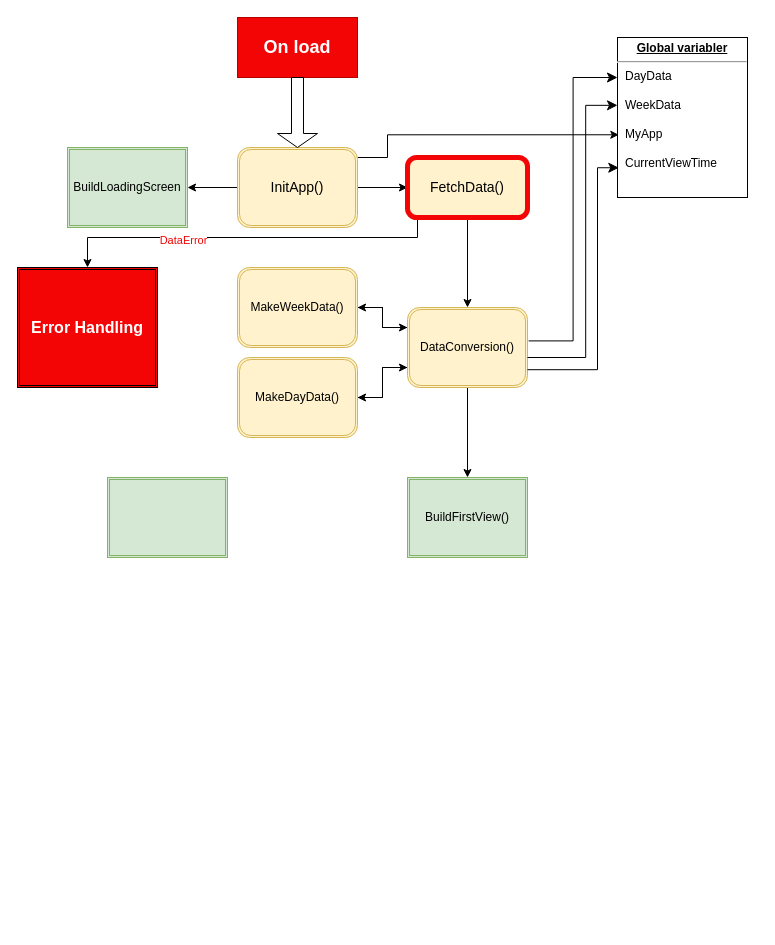
Before: Untitled Diagram.drawio in Marlenes-Dejlige-Organisation/PWA_elpriser, a draw.io diagram. Source tidied: cells renumbered, new cells numbered last; positions are measured from the earlier drawing's top-left corner, leaving out a move shared by most shapes. Both pictures are drawn from the tidied source at 100%, with x=0, y=0 at pixel (17, 17).
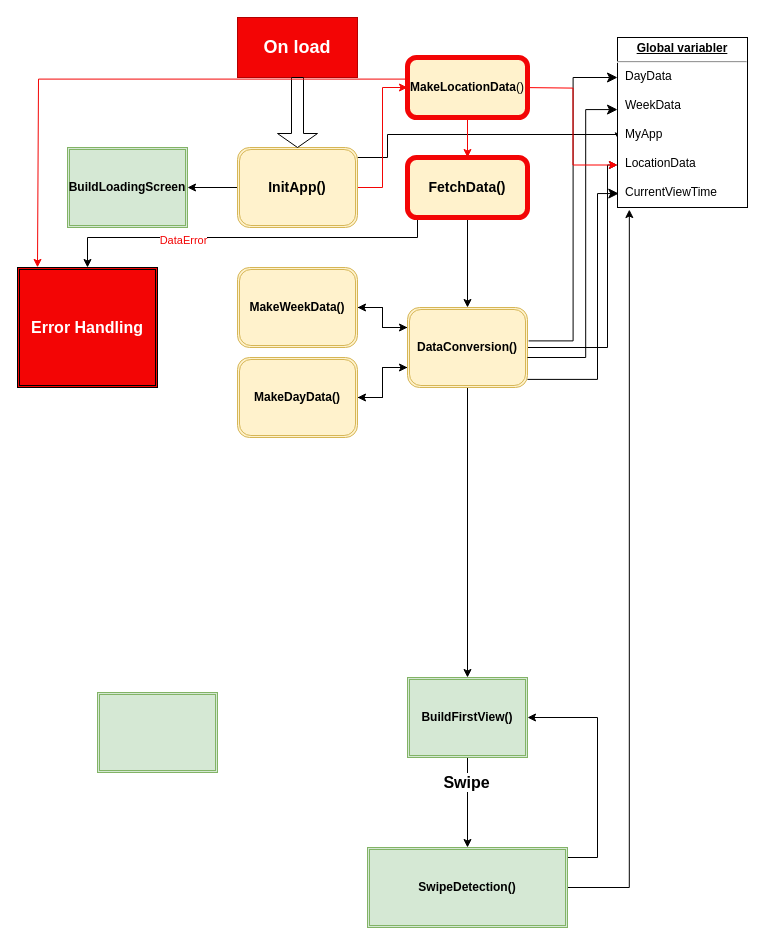
Above is the later version.

Change to the diagram source:
```diff
@@
-    <mxCell id="2" style="edgeStyle=orthogonalEdgeStyle;rounded=0;jettySize=auto;html=1;" parent="1" edge="1" source="5" target="25">
-      <mxGeometry relative="1" as="geometry" />
-    </mxCell>
@@
+    <mxCell id="30" style="edgeStyle=orthogonalEdgeStyle;rounded=0;jettySize=auto;html=1;entryX=0;entryY=0.5;entryDx=0;entryDy=0;strokeColor=#F30505;" parent="1" edge="1" source="5" target="40">
+      <mxGeometry relative="1" as="geometry" />
+    </mxCell>
-    <mxCell id="5" value="&lt;font style=&quot;font-size: 14px;&quot;&gt;InitApp()&lt;/font&gt;" style="shape=ext;double=1;rounded=1;whiteSpace=wrap;html=1;fillColor=#fff2cc;strokeColor=#d6b656;" parent="1" vertex="1">
+    <mxCell id="5" value="&lt;b&gt;&lt;font style=&quot;font-size: 14px;&quot;&gt;InitApp()&lt;/font&gt;&lt;/b&gt;" style="shape=ext;double=1;rounded=1;whiteSpace=wrap;html=1;fillColor=#fff2cc;strokeColor=#d6b656;" parent="1" vertex="1">
       <mxGeometry x="220" y="130" width="120" height="80" as="geometry" />
     </mxCell>
-    <mxCell id="6" value="BuildLoadingScreen" style="shape=ext;double=1;rounded=0;whiteSpace=wrap;html=1;fillColor=#d5e8d4;strokeColor=#82b366;" parent="1" vertex="1">
+    <mxCell id="6" value="&lt;b&gt;BuildLoadingScreen&lt;/b&gt;" style="shape=ext;double=1;rounded=0;whiteSpace=wrap;html=1;fillColor=#d5e8d4;strokeColor=#82b366;" parent="1" vertex="1">
       <mxGeometry x="50" y="130" width="120" height="80" as="geometry" />
     </mxCell>
@@
-    <mxCell id="8" value="MakeWeekData()" style="shape=ext;double=1;rounded=1;whiteSpace=wrap;html=1;fillColor=#fff2cc;strokeColor=#d6b656;" parent="1" vertex="1">
+    <mxCell id="8" value="&lt;b&gt;MakeWeekData()&lt;/b&gt;" style="shape=ext;double=1;rounded=1;whiteSpace=wrap;html=1;fillColor=#fff2cc;strokeColor=#d6b656;" parent="1" vertex="1">
       <mxGeometry x="220" y="250" width="120" height="80" as="geometry" />
     </mxCell>
@@
+    <mxCell id="31" style="edgeStyle=orthogonalEdgeStyle;rounded=0;jettySize=auto;html=1;entryX=0;entryY=0.75;entryDx=0;entryDy=0;" parent="1" edge="1" source="12" target="28">
+      <mxGeometry relative="1" as="geometry">
+        <Array as="points">
+          <mxPoint x="590" y="330" />
+          <mxPoint x="590" y="147" />
+        </Array>
+      </mxGeometry>
+    </mxCell>
-    <mxCell id="12" value="DataConversion()" style="shape=ext;double=1;rounded=1;whiteSpace=wrap;html=1;fillColor=#fff2cc;strokeColor=#d6b656;" parent="1" vertex="1">
+    <mxCell id="12" value="&lt;b&gt;DataConversion()&lt;/b&gt;" style="shape=ext;double=1;rounded=1;whiteSpace=wrap;html=1;fillColor=#fff2cc;strokeColor=#d6b656;" parent="1" vertex="1">
       <mxGeometry x="390" y="290" width="120" height="80" as="geometry" />
     </mxCell>
@@
-    <mxCell id="15" value="MakeDayData()" style="shape=ext;double=1;rounded=1;whiteSpace=wrap;html=1;fillColor=#fff2cc;strokeColor=#d6b656;" parent="1" vertex="1">
+    <mxCell id="15" value="&lt;b&gt;MakeDayData()&lt;/b&gt;" style="shape=ext;double=1;rounded=1;whiteSpace=wrap;html=1;fillColor=#fff2cc;strokeColor=#d6b656;" parent="1" vertex="1">
       <mxGeometry x="220" y="340" width="120" height="80" as="geometry" />
     </mxCell>
@@
-    <mxCell id="18" style="edgeStyle=elbowEdgeStyle;elbow=horizontal;endArrow=classic;html=1;curved=0;rounded=0;endSize=8;startSize=8;exitX=1;exitY=0.75;exitDx=0;exitDy=0;entryX=0.01;entryY=0.814;entryDx=0;entryDy=0;entryPerimeter=0;" parent="1" edge="1" target="28">
+    <mxCell id="18" style="edgeStyle=elbowEdgeStyle;elbow=horizontal;endArrow=classic;html=1;curved=0;rounded=0;endSize=8;startSize=8;exitX=1;exitY=0.75;exitDx=0;exitDy=0;entryX=0.01;entryY=0.918;entryDx=0;entryDy=0;entryPerimeter=0;" parent="1" edge="1" target="28">
       <mxGeometry relative="1" as="geometry">
-        <mxPoint x="510" y="352.2" as="sourcePoint" />
+        <mxPoint x="510" y="361.9" as="sourcePoint" />
         <Array as="points">
-          <mxPoint x="580" y="242.2" />
+          <mxPoint x="580" y="251.9" />
         </Array>
       </mxGeometry>
     </mxCell>
+    <mxCell id="32" style="edgeStyle=orthogonalEdgeStyle;rounded=0;jettySize=auto;html=1;entryX=0.5;entryY=0;entryDx=0;entryDy=0;" parent="1" edge="1" source="19" target="36">
+      <mxGeometry relative="1" as="geometry" />
+    </mxCell>
+    <mxCell id="33" value="&lt;font style=&quot;font-size: 16px;&quot;&gt;&lt;b&gt;Swipe&lt;/b&gt;&lt;/font&gt;" style="edgeLabel;html=1;align=center;verticalAlign=middle;" parent="32" vertex="1">
+      <mxGeometry x="-0.47" y="-2" relative="1" as="geometry" />
+    </mxCell>
-    <mxCell id="19" value="BuildFirstView()" style="shape=ext;double=1;rounded=0;whiteSpace=wrap;html=1;fillColor=#d5e8d4;strokeColor=#82b366;" parent="1" vertex="1">
-      <mxGeometry x="390" y="460" width="120" height="80" as="geometry" />
+    <mxCell id="19" value="&lt;b&gt;BuildFirstView()&lt;/b&gt;" style="shape=ext;double=1;rounded=0;whiteSpace=wrap;html=1;fillColor=#d5e8d4;strokeColor=#82b366;" parent="1" vertex="1">
+      <mxGeometry x="390" y="660" width="120" height="80" as="geometry" />
     </mxCell>
     <mxCell id="20" style="shape=ext;double=1;rounded=0;whiteSpace=wrap;html=1;fillColor=#d5e8d4;strokeColor=#82b366;" parent="1" vertex="1">
-      <mxGeometry x="90" y="460" width="120" height="80" as="geometry" />
+      <mxGeometry x="80" y="675" width="120" height="80" as="geometry" />
     </mxCell>
@@
-    <mxCell id="25" value="&lt;font style=&quot;font-size: 14px;&quot;&gt;FetchData()&lt;/font&gt;" style="rounded=1;whiteSpace=wrap;html=1;fillColor=#fff2cc;strokeColor=#F30505;strokeWidth=5;" parent="1" vertex="1">
+    <mxCell id="25" value="&lt;b&gt;&lt;font style=&quot;font-size: 14px;&quot;&gt;FetchData()&lt;/font&gt;&lt;/b&gt;" style="rounded=1;whiteSpace=wrap;html=1;fillColor=#fff2cc;strokeColor=#F30505;strokeWidth=5;" parent="1" vertex="1">
       <mxGeometry x="390" y="140" width="120" height="60" as="geometry" />
     </mxCell>
@@
-    <mxCell id="28" value="&lt;p style=&quot;margin:0px;margin-top:4px;text-align:center;text-decoration:underline;&quot;&gt;&lt;b&gt;Global variabler&lt;br&gt;&lt;/b&gt;&lt;/p&gt;&lt;hr&gt;&lt;p style=&quot;margin:0px;margin-left:8px;&quot;&gt;DayData&lt;/p&gt;&lt;p style=&quot;margin:0px;margin-left:8px;&quot;&gt;&lt;br&gt;&lt;/p&gt;&lt;p style=&quot;margin:0px;margin-left:8px;&quot;&gt;WeekData&lt;/p&gt;&lt;p style=&quot;margin:0px;margin-left:8px;&quot;&gt;&lt;br&gt;&lt;/p&gt;&lt;p style=&quot;margin:0px;margin-left:8px;&quot;&gt;MyApp&lt;/p&gt;&lt;p style=&quot;margin:0px;margin-left:8px;&quot;&gt;&lt;br&gt;&lt;/p&gt;&lt;p style=&quot;margin:0px;margin-left:8px;&quot;&gt;CurrentViewTime&lt;br&gt;&lt;/p&gt;&lt;p style=&quot;margin:0px;margin-left:8px;&quot;&gt;&lt;br&gt;&lt;/p&gt;&lt;p style=&quot;margin:0px;margin-left:8px;&quot;&gt;&lt;br&gt;&lt;/p&gt;&lt;p style=&quot;margin:0px;margin-left:8px;&quot;&gt;&lt;br&gt;&lt;/p&gt;&lt;p style=&quot;margin:0px;margin-left:8px;&quot;&gt;&lt;br&gt;&lt;/p&gt;" style="verticalAlign=top;align=left;overflow=fill;fontSize=12;fontFamily=Helvetica;html=1;whiteSpace=wrap;" parent="1" vertex="1">
-      <mxGeometry x="600" y="20" width="130" height="160" as="geometry" />
+    <mxCell id="28" value="&lt;p style=&quot;margin:0px;margin-top:4px;text-align:center;text-decoration:underline;&quot;&gt;&lt;b&gt;Global variabler&lt;br&gt;&lt;/b&gt;&lt;/p&gt;&lt;hr&gt;&lt;p style=&quot;margin:0px;margin-left:8px;&quot;&gt;DayData&lt;/p&gt;&lt;p style=&quot;margin:0px;margin-left:8px;&quot;&gt;&lt;br&gt;&lt;/p&gt;&lt;p style=&quot;margin:0px;margin-left:8px;&quot;&gt;WeekData&lt;/p&gt;&lt;p style=&quot;margin:0px;margin-left:8px;&quot;&gt;&lt;br&gt;&lt;/p&gt;&lt;p style=&quot;margin:0px;margin-left:8px;&quot;&gt;MyApp&lt;/p&gt;&lt;p style=&quot;margin:0px;margin-left:8px;&quot;&gt;&lt;br&gt;&lt;/p&gt;&lt;p style=&quot;margin:0px;margin-left:8px;&quot;&gt;LocationData&lt;br&gt;&lt;/p&gt;&lt;p style=&quot;margin:0px;margin-left:8px;&quot;&gt;&lt;br&gt;&lt;/p&gt;&lt;p style=&quot;margin:0px;margin-left:8px;&quot;&gt;CurrentViewTime&lt;br&gt;&lt;/p&gt;&lt;p style=&quot;margin:0px;margin-left:8px;&quot;&gt;&lt;br&gt;&lt;/p&gt;&lt;p style=&quot;margin:0px;margin-left:8px;&quot;&gt;&lt;br&gt;&lt;/p&gt;&lt;p style=&quot;margin:0px;margin-left:8px;&quot;&gt;&lt;br&gt;&lt;/p&gt;&lt;p style=&quot;margin:0px;margin-left:8px;&quot;&gt;&lt;br&gt;&lt;/p&gt;" style="verticalAlign=top;align=left;overflow=fill;fontSize=12;fontFamily=Helvetica;html=1;whiteSpace=wrap;" parent="1" vertex="1">
+      <mxGeometry x="600" y="20" width="130" height="170" as="geometry" />
     </mxCell>
@@
+    <mxCell id="34" style="edgeStyle=orthogonalEdgeStyle;rounded=0;jettySize=auto;html=1;entryX=0.091;entryY=1.012;entryDx=0;entryDy=0;entryPerimeter=0;" parent="1" edge="1" source="36" target="28">
+      <mxGeometry relative="1" as="geometry" />
+    </mxCell>
+    <mxCell id="35" style="edgeStyle=orthogonalEdgeStyle;rounded=0;jettySize=auto;html=1;entryX=1;entryY=0.5;entryDx=0;entryDy=0;" parent="1" edge="1" source="36" target="19">
+      <mxGeometry relative="1" as="geometry">
+        <Array as="points">
+          <mxPoint x="580" y="840" />
+          <mxPoint x="580" y="700" />
+        </Array>
+      </mxGeometry>
+    </mxCell>
+    <mxCell id="36" value="&lt;b&gt;SwipeDetection()&lt;/b&gt;" style="shape=ext;double=1;rounded=0;whiteSpace=wrap;html=1;fillColor=#d5e8d4;strokeColor=#82b366;" parent="1" vertex="1">
+      <mxGeometry x="350" y="830" width="200" height="80" as="geometry" />
+    </mxCell>
+    <mxCell id="37" style="edgeStyle=orthogonalEdgeStyle;rounded=0;jettySize=auto;html=1;entryX=0;entryY=0.75;entryDx=0;entryDy=0;strokeColor=#ff0000;" parent="1" edge="1" target="28">
+      <mxGeometry relative="1" as="geometry">
+        <mxPoint x="510" y="70.1" as="sourcePoint" />
+      </mxGeometry>
+    </mxCell>
+    <mxCell id="38" style="edgeStyle=orthogonalEdgeStyle;rounded=0;jettySize=auto;html=1;strokeColor=#F30505;" parent="1" edge="1" source="40" target="25">
+      <mxGeometry relative="1" as="geometry" />
+    </mxCell>
+    <mxCell id="39" style="edgeStyle=orthogonalEdgeStyle;rounded=0;orthogonalLoop=1;jettySize=auto;html=1;entryX=0.017;entryY=0.07;entryDx=0;entryDy=0;entryPerimeter=0;strokeColor=#F30505;" parent="1" edge="1">
+      <mxGeometry relative="1" as="geometry">
+        <mxPoint x="407.6" y="61.6" as="sourcePoint" />
+        <mxPoint x="20" y="249.9" as="targetPoint" />
+        <Array as="points">
+          <mxPoint x="21" y="61.9" />
+          <mxPoint x="21" y="249.9" />
+        </Array>
+      </mxGeometry>
+    </mxCell>
+    <mxCell id="40" value="&lt;b&gt;MakeLocationData&lt;/b&gt;()" style="rounded=1;whiteSpace=wrap;html=1;fillColor=#fff2cc;strokeColor=#F30505;strokeWidth=5;" parent="1" vertex="1">
+      <mxGeometry x="390" y="40" width="120" height="60" as="geometry" />
+    </mxCell>
```
